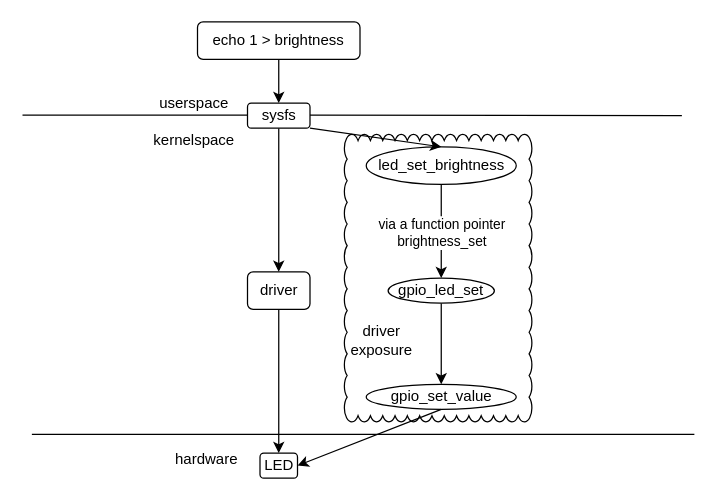
Earlier version of the draw.io diagram page "Page-1" (1 of 3) of Untitled Diagram.drawio (nanoozzz/nanoozzz). Source tidied: cells renumbered, new cells numbered last; positions are measured from the earlier drawing's top-left corner, leaving out a move shared by most shapes. Both pictures are drawn from the tidied source at 125%, with x=0, y=0 at pixel (21, 21).
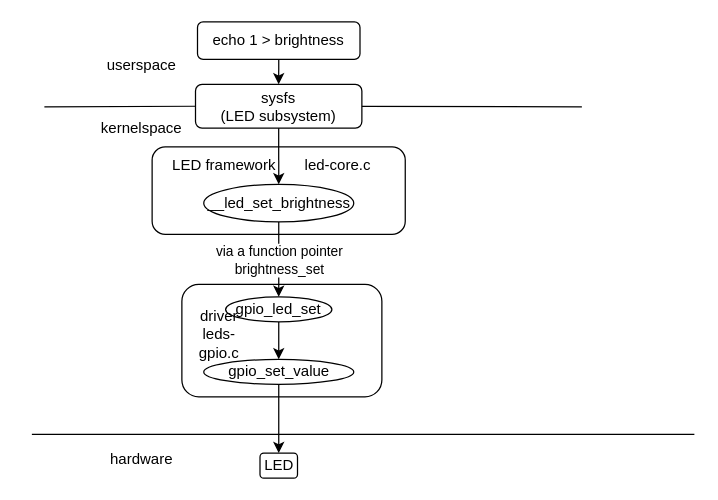
The same page after the edit.

The change refers to these unchanged cells:
```xml
<mxCell id="4" value="echo 1 &amp;gt; brightness" style="text;html=1;strokeColor=none;fillColor=none;align=center;verticalAlign=middle;whiteSpace=wrap;rounded=0;" parent="1" vertex="1">
  <mxGeometry x="143" width="125" height="30" as="geometry" />
</mxCell>
<mxCell id="12" value="LED" style="rounded=1;whiteSpace=wrap;html=1;" parent="1" vertex="1">
  <mxGeometry x="190.5" y="345" width="30" height="20" as="geometry" />
</mxCell>
```

Diff of the diagram source:
```diff
@@
+    <mxCell id="26" style="rounded=1;whiteSpace=wrap;html=1;" parent="1" vertex="1">
+      <mxGeometry x="104.2" y="100" width="202.5" height="70" as="geometry" />
+    </mxCell>
+    <mxCell id="27" style="rounded=1;whiteSpace=wrap;html=1;" parent="1" vertex="1">
+      <mxGeometry x="128" y="210" width="160" height="90" as="geometry" />
+    </mxCell>
@@
-    <mxCell id="3" style="edgeStyle=orthogonalEdgeStyle;rounded=0;jettySize=auto;html=1;" parent="1" edge="1" source="4" target="6">
+    <mxCell id="3" style="edgeStyle=orthogonalEdgeStyle;rounded=0;jettySize=auto;html=1;exitX=0.5;exitY=1;exitDx=0;exitDy=0;entryX=0.5;entryY=0;entryDx=0;entryDy=0;" parent="1" edge="1" source="4" target="6">
       <mxGeometry relative="1" as="geometry" />
     </mxCell>
@@
-    <mxCell id="5" style="edgeStyle=orthogonalEdgeStyle;rounded=0;jettySize=auto;html=1;" parent="1" edge="1" source="6" target="11">
-      <mxGeometry relative="1" as="geometry" />
-    </mxCell>
-    <mxCell id="6" value="sysfs" style="rounded=1;whiteSpace=wrap;html=1;" parent="1" vertex="1">
-      <mxGeometry x="180.5" y="65" width="50" height="20" as="geometry" />
+    <mxCell id="6" value="&lt;div&gt;sysfs&lt;/div&gt;&lt;div&gt;(LED subsystem)&lt;/div&gt;" style="rounded=1;whiteSpace=wrap;html=1;" parent="1" vertex="1">
+      <mxGeometry x="138.9" y="50" width="133.1" height="35" as="geometry" />
     </mxCell>
-    <mxCell id="7" style="endArrow=none;html=1;rounded=0;" parent="1" edge="1">
-      <mxGeometry relative="1" as="geometry">
-        <mxPoint x="0.5" y="74.5" as="sourcePoint" />
-        <mxPoint x="180.5" y="74.5" as="targetPoint" />
-      </mxGeometry>
-    </mxCell>
     <mxCell id="8" value="userspace" style="text;html=1;strokeColor=none;fillColor=none;align=center;verticalAlign=middle;whiteSpace=wrap;rounded=0;" parent="1" vertex="1">
-      <mxGeometry x="108" y="50" width="60" height="30" as="geometry" />
+      <mxGeometry x="65.5" y="20" width="60" height="30" as="geometry" />
     </mxCell>
     <mxCell id="9" value="kernelspace" style="text;html=1;strokeColor=none;fillColor=none;align=center;verticalAlign=middle;whiteSpace=wrap;rounded=0;" parent="1" vertex="1">
-      <mxGeometry x="108" y="80" width="60" height="30" as="geometry" />
+      <mxGeometry x="65.5" y="70" width="60" height="30" as="geometry" />
     </mxCell>
-    <mxCell id="10" style="edgeStyle=orthogonalEdgeStyle;rounded=0;jettySize=auto;html=1;" parent="1" edge="1" source="11" target="12">
-      <mxGeometry relative="1" as="geometry" />
-    </mxCell>
-    <mxCell id="11" value="driver" style="rounded=1;whiteSpace=wrap;html=1;" parent="1" vertex="1">
-      <mxGeometry x="180.5" y="200" width="50" height="30" as="geometry" />
-    </mxCell>
@@
     <mxCell id="14" value="&lt;div&gt;hardware&lt;/div&gt;" style="text;html=1;strokeColor=none;fillColor=none;align=center;verticalAlign=middle;whiteSpace=wrap;rounded=0;" parent="1" vertex="1">
-      <mxGeometry x="118" y="335" width="60" height="30" as="geometry" />
+      <mxGeometry x="65.5" y="335" width="60" height="30" as="geometry" />
     </mxCell>
-    <mxCell id="15" style="endArrow=none;html=1;rounded=0;" parent="1" edge="1">
-      <mxGeometry relative="1" as="geometry">
-        <mxPoint x="230.5" y="74.5" as="sourcePoint" />
-        <mxPoint x="528" y="75" as="targetPoint" />
-      </mxGeometry>
-    </mxCell>
-    <mxCell id="16" style="whiteSpace=wrap;html=1;shape=mxgraph.basic.cloud_rect;" parent="1" vertex="1">
-      <mxGeometry x="258" y="90" width="150" height="230" as="geometry" />
-    </mxCell>
-    <mxCell id="17" value="led_set_brightness" style="ellipse;whiteSpace=wrap;html=1;" parent="1" vertex="1">
-      <mxGeometry x="275.5" y="100" width="120" height="30" as="geometry" />
+    <mxCell id="17" value="__led_set_brightness" style="ellipse;whiteSpace=wrap;html=1;" parent="1" vertex="1">
+      <mxGeometry x="145.5" y="130" width="120" height="30" as="geometry" />
     </mxCell>
@@
     <mxCell id="19" value="gpio_led_set" style="ellipse;whiteSpace=wrap;html=1;" parent="1" vertex="1">
-      <mxGeometry x="293" y="205" width="85" height="20" as="geometry" />
+      <mxGeometry x="163" y="220" width="85" height="20" as="geometry" />
     </mxCell>
     <mxCell id="20" value="gpio_set_value" style="ellipse;whiteSpace=wrap;html=1;" parent="1" vertex="1">
-      <mxGeometry x="275.5" y="290" width="120" height="20" as="geometry" />
+      <mxGeometry x="145.5" y="270" width="120" height="20" as="geometry" />
     </mxCell>
@@
-    <mxCell id="23" value="driver exposure" style="text;html=1;strokeColor=none;fillColor=none;align=center;verticalAlign=middle;whiteSpace=wrap;rounded=0;" parent="1" vertex="1">
-      <mxGeometry x="258" y="240" width="60" height="30" as="geometry" />
+    <mxCell id="23" value="&lt;div&gt;driver&lt;/div&gt;&lt;div&gt;leds-gpio.c&lt;br&gt;&lt;/div&gt;" style="text;html=1;strokeColor=none;fillColor=none;align=center;verticalAlign=middle;whiteSpace=wrap;rounded=0;" parent="1" vertex="1">
+      <mxGeometry x="128" y="235" width="60" height="30" as="geometry" />
     </mxCell>
-    <mxCell id="24" style="endArrow=classic;html=1;rounded=0;exitX=1;exitY=1;exitDx=0;exitDy=0;entryX=0.5;entryY=0;entryDx=0;entryDy=0;" parent="1" edge="1" source="6" target="17">
+    <mxCell id="24" style="endArrow=classic;html=1;rounded=0;exitX=0.5;exitY=1;exitDx=0;exitDy=0;entryX=0.5;entryY=0;entryDx=0;entryDy=0;" parent="1" edge="1" source="6" target="17">
       <mxGeometry relative="1" as="geometry" />
     </mxCell>
-    <mxCell id="25" style="endArrow=classic;html=1;rounded=0;entryX=1;entryY=0.5;entryDx=0;entryDy=0;exitX=0.5;exitY=1;exitDx=0;exitDy=0;" parent="1" edge="1" source="20" target="12">
+    <mxCell id="25" style="endArrow=classic;html=1;rounded=0;entryX=0.5;entryY=0;entryDx=0;entryDy=0;exitX=0.5;exitY=1;exitDx=0;exitDy=0;" parent="1" edge="1" source="20" target="12">
       <mxGeometry relative="1" as="geometry" />
     </mxCell>
+    <mxCell id="28" value="LED framework&amp;nbsp;&amp;nbsp;&amp;nbsp;&amp;nbsp;&amp;nbsp;&amp;nbsp; led-core.c" style="text;html=1;strokeColor=none;fillColor=none;align=center;verticalAlign=middle;whiteSpace=wrap;rounded=0;" parent="1" vertex="1">
+      <mxGeometry x="93" y="100" width="213.8" height="30" as="geometry" />
+    </mxCell>
+    <mxCell id="29" style="endArrow=none;html=1;rounded=0;exitX=1;exitY=0.5;exitDx=0;exitDy=0;" parent="1" edge="1" source="6">
+      <mxGeometry relative="1" as="geometry">
+        <mxPoint x="448" y="68" as="targetPoint" />
+      </mxGeometry>
+    </mxCell>
+    <mxCell id="30" style="endArrow=none;html=1;rounded=0;entryX=0;entryY=0.5;entryDx=0;entryDy=0;" parent="1" edge="1" target="6">
+      <mxGeometry relative="1" as="geometry">
+        <mxPoint x="18" y="68" as="sourcePoint" />
+      </mxGeometry>
+    </mxCell>
```
